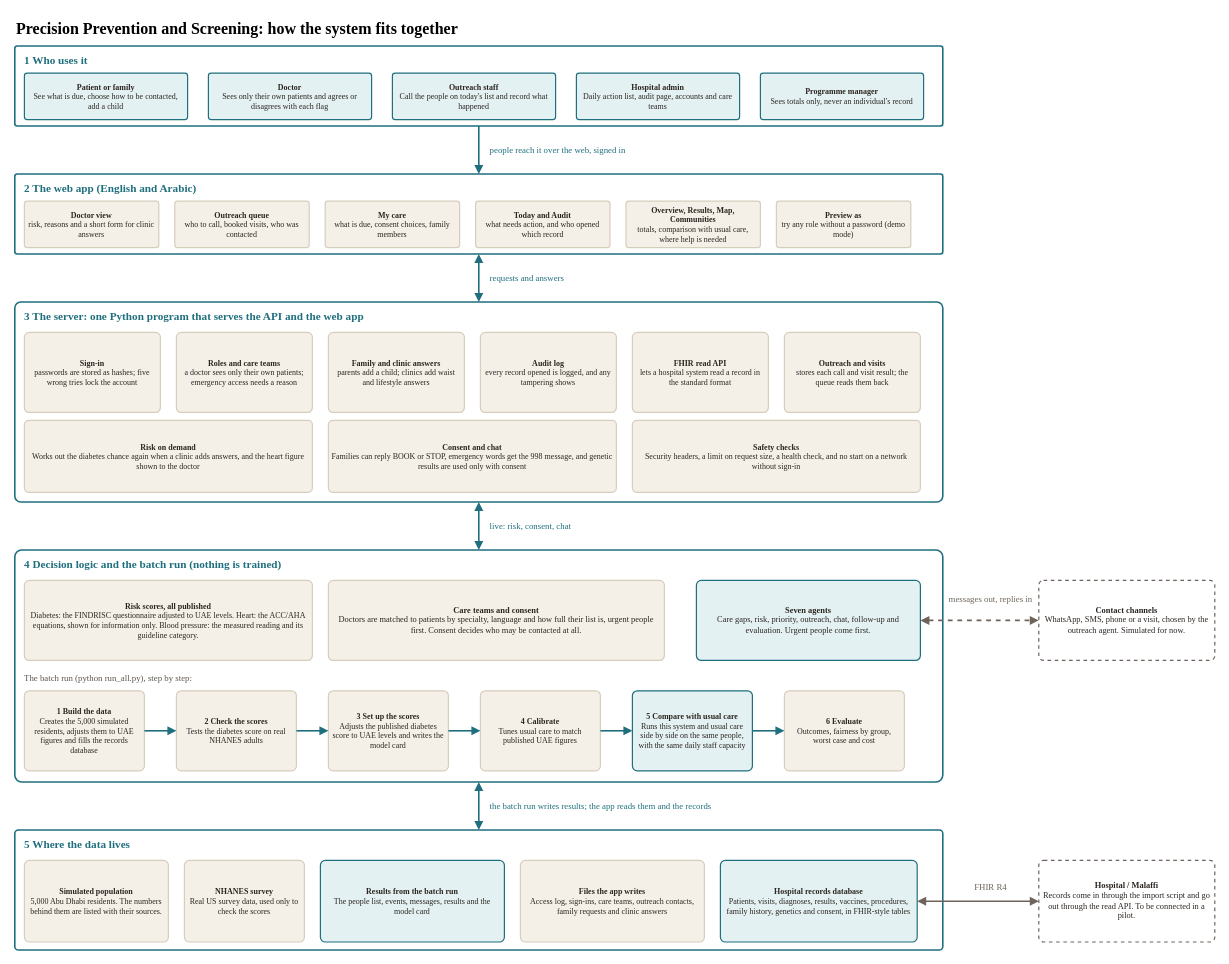
Before: docs/architecture.drawio in Smarttechk/Hack2Skill_Precision-Prevention, a draw.io diagram. Source tidied: cells renumbered, new cells numbered last; positions are measured from the earlier drawing's top-left corner, leaving out a move shared by most shapes. Both pictures are drawn from the tidied source at 80%, with x=0, y=0 at pixel (14, 14).
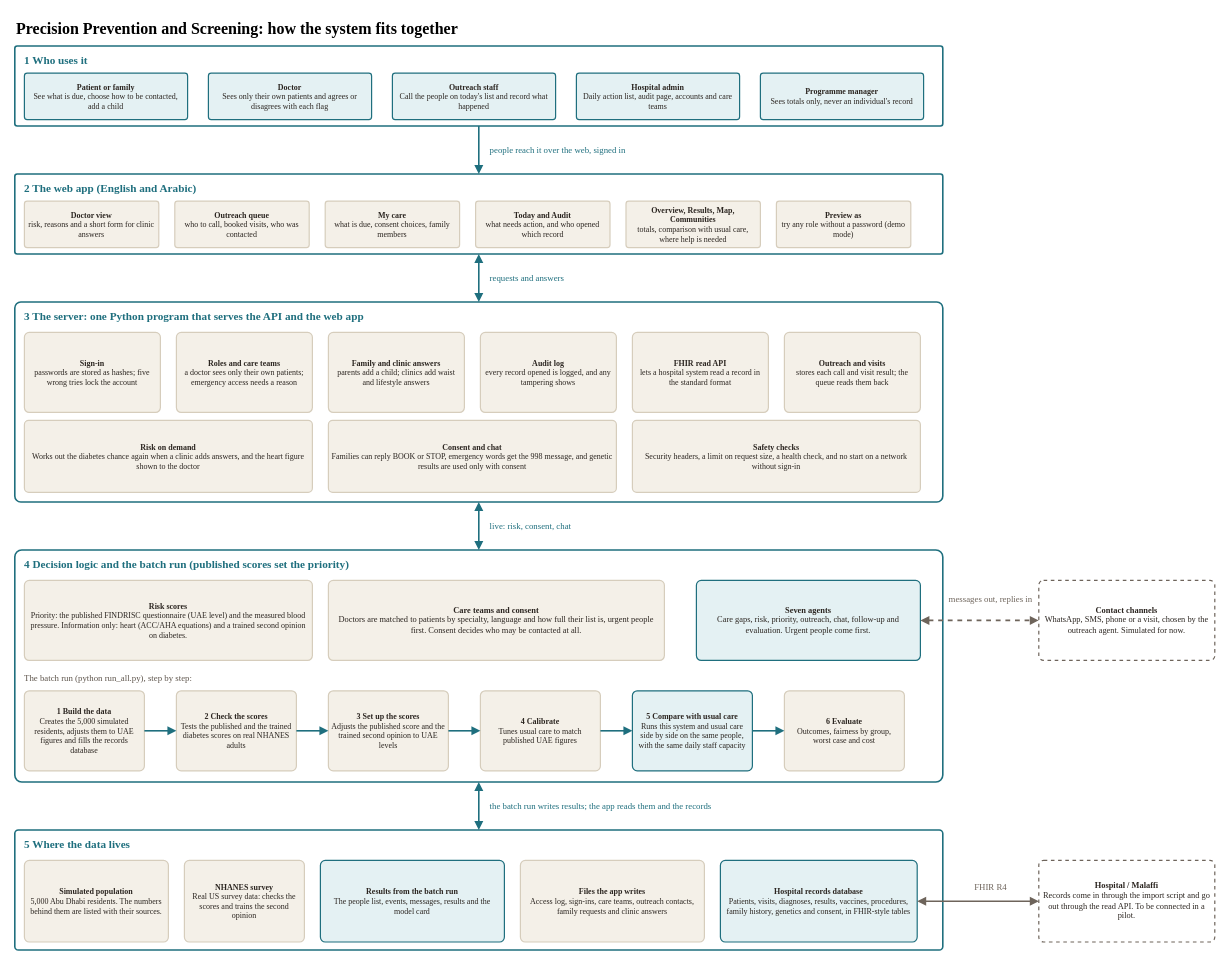
After the change.

Commit message (it also covers changes not shown here):
Update the decks and architecture diagrams for the trained second opinion

Change to the diagram source:
```diff
@@
-    <mxCell id="5" value="4  Decision logic and the batch run (nothing is trained)" style="rounded=1;whiteSpace=wrap;html=1;fillColor=#FFFFFF;strokeColor=#1F6F7E;strokeWidth=2;fontColor=#1F6F7E;fontSize=14;fontStyle=1;fontFamily=Times New Roman;align=left;verticalAlign=top;arcSize=3;spacingLeft=10;spacingTop=4;" parent="1" vertex="1">
+    <mxCell id="5" value="4  Decision logic and the batch run (published scores set the priority)" style="rounded=1;whiteSpace=wrap;html=1;fillColor=#FFFFFF;strokeColor=#1F6F7E;strokeWidth=2;fontColor=#1F6F7E;fontSize=14;fontStyle=1;fontFamily=Times New Roman;align=left;verticalAlign=top;arcSize=3;spacingLeft=10;spacingTop=4;" parent="1" vertex="1">
       <mxGeometry y="670" width="1160" height="290" as="geometry" />
     </mxCell>
@@
-    <mxCell id="27" value="&lt;b&gt;Risk scores, all published&lt;/b&gt;&lt;br&gt;Diabetes: the FINDRISC questionnaire adjusted to UAE levels. Heart: the ACC/AHA equations, shown for information only. Blood pressure: the measured reading and its guideline category." style="rounded=1;whiteSpace=wrap;html=1;fillColor=#F4F0E8;strokeColor=#D6CDBC;strokeWidth=1.5;fontColor=#2B2520;fontSize=10;fontFamily=Times New Roman;arcSize=6;align=center;verticalAlign=middle;spacing=5;" parent="1" vertex="1">
+    <mxCell id="27" value="&lt;b&gt;Risk scores&lt;/b&gt;&lt;br&gt;Priority: the published FINDRISC questionnaire (UAE level) and the measured blood pressure. Information only: heart (ACC/AHA equations) and a trained second opinion on diabetes." style="rounded=1;whiteSpace=wrap;html=1;fillColor=#F4F0E8;strokeColor=#D6CDBC;strokeWidth=1.5;fontColor=#2B2520;fontSize=10;fontFamily=Times New Roman;arcSize=6;align=center;verticalAlign=middle;spacing=5;" parent="1" vertex="1">
       <mxGeometry x="12" y="708" width="360" height="100" as="geometry" />
     </mxCell>
@@
-    <mxCell id="31" value="&lt;b&gt;2  Check the scores&lt;/b&gt;&lt;br&gt;Tests the diabetes score on real NHANES adults" style="rounded=1;whiteSpace=wrap;html=1;fillColor=#F4F0E8;strokeColor=#D6CDBC;strokeWidth=1.5;fontColor=#2B2520;fontSize=10;fontFamily=Times New Roman;arcSize=6;align=center;verticalAlign=middle;spacing=5;" parent="1" vertex="1">
+    <mxCell id="31" value="&lt;b&gt;2  Check the scores&lt;/b&gt;&lt;br&gt;Tests the published and the trained diabetes scores on real NHANES adults" style="rounded=1;whiteSpace=wrap;html=1;fillColor=#F4F0E8;strokeColor=#D6CDBC;strokeWidth=1.5;fontColor=#2B2520;fontSize=10;fontFamily=Times New Roman;arcSize=6;align=center;verticalAlign=middle;spacing=5;" parent="1" vertex="1">
       <mxGeometry x="202" y="846" width="150" height="100" as="geometry" />
     </mxCell>
-    <mxCell id="32" value="&lt;b&gt;3  Set up the scores&lt;/b&gt;&lt;br&gt;Adjusts the published diabetes score to UAE levels and writes the model card" style="rounded=1;whiteSpace=wrap;html=1;fillColor=#F4F0E8;strokeColor=#D6CDBC;strokeWidth=1.5;fontColor=#2B2520;fontSize=10;fontFamily=Times New Roman;arcSize=6;align=center;verticalAlign=middle;spacing=5;" parent="1" vertex="1">
+    <mxCell id="32" value="&lt;b&gt;3  Set up the scores&lt;/b&gt;&lt;br&gt;Adjusts the published score and the trained second opinion to UAE levels" style="rounded=1;whiteSpace=wrap;html=1;fillColor=#F4F0E8;strokeColor=#D6CDBC;strokeWidth=1.5;fontColor=#2B2520;fontSize=10;fontFamily=Times New Roman;arcSize=6;align=center;verticalAlign=middle;spacing=5;" parent="1" vertex="1">
       <mxGeometry x="392" y="846" width="150" height="100" as="geometry" />
     </mxCell>
@@
-    <mxCell id="37" value="&lt;b&gt;NHANES survey&lt;/b&gt;&lt;br&gt;Real US survey data, used only to check the scores" style="rounded=1;whiteSpace=wrap;html=1;fillColor=#F4F0E8;strokeColor=#D6CDBC;strokeWidth=1.5;fontColor=#2B2520;fontSize=10;fontFamily=Times New Roman;arcSize=6;align=center;verticalAlign=middle;spacing=5;" parent="1" vertex="1">
+    <mxCell id="37" value="&lt;b&gt;NHANES survey&lt;/b&gt;&lt;br&gt;Real US survey data: checks the scores and trains the second opinion" style="rounded=1;whiteSpace=wrap;html=1;fillColor=#F4F0E8;strokeColor=#D6CDBC;strokeWidth=1.5;fontColor=#2B2520;fontSize=10;fontFamily=Times New Roman;arcSize=6;align=center;verticalAlign=middle;spacing=5;" parent="1" vertex="1">
       <mxGeometry x="212" y="1058" width="150" height="102" as="geometry" />
     </mxCell>
```
